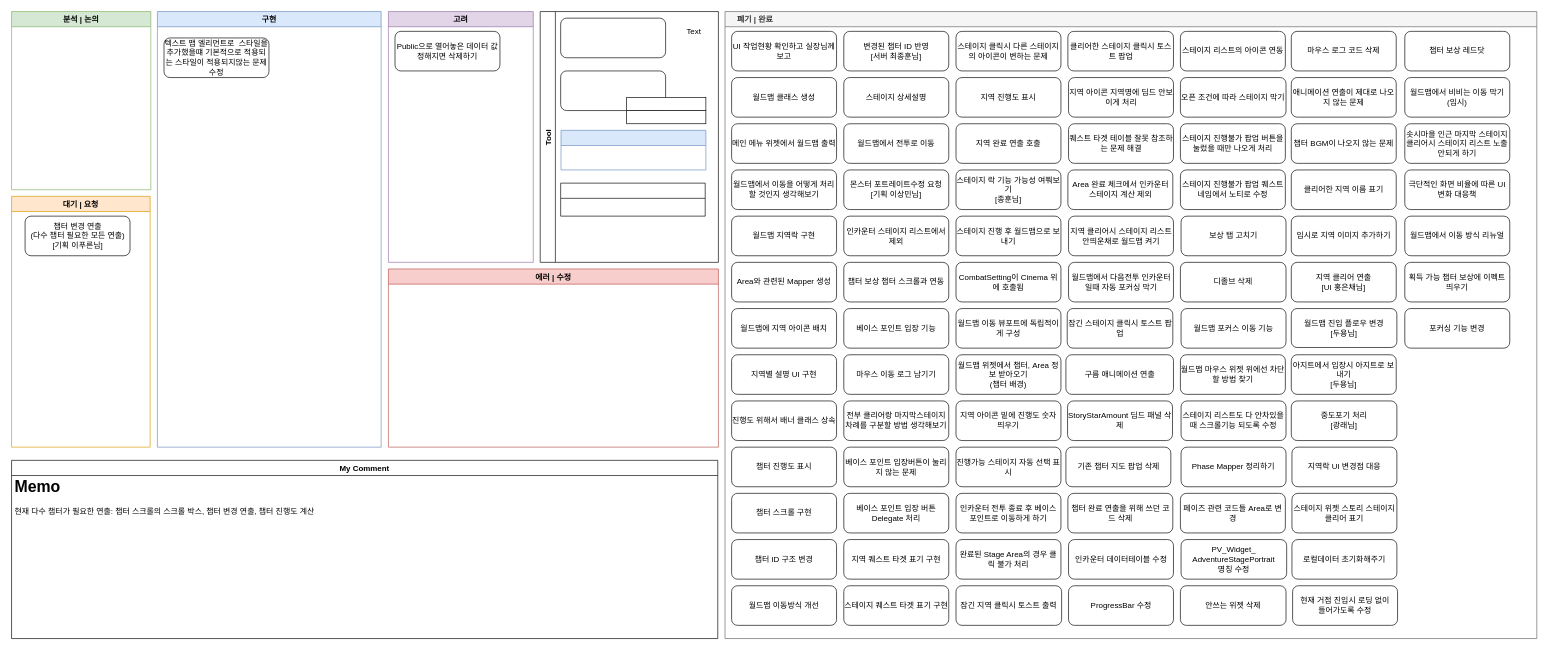
Earlier version of the draw.io diagram 월드맵 시스템 진행상황.drawio (Endorr/Job-Board). Source tidied: cells renumbered, new cells numbered last; positions are measured from the earlier drawing's top-left corner, leaving out a move shared by most shapes. Both pictures are drawn from the tidied source at 66%, with x=0, y=0 at pixel (11, 11).
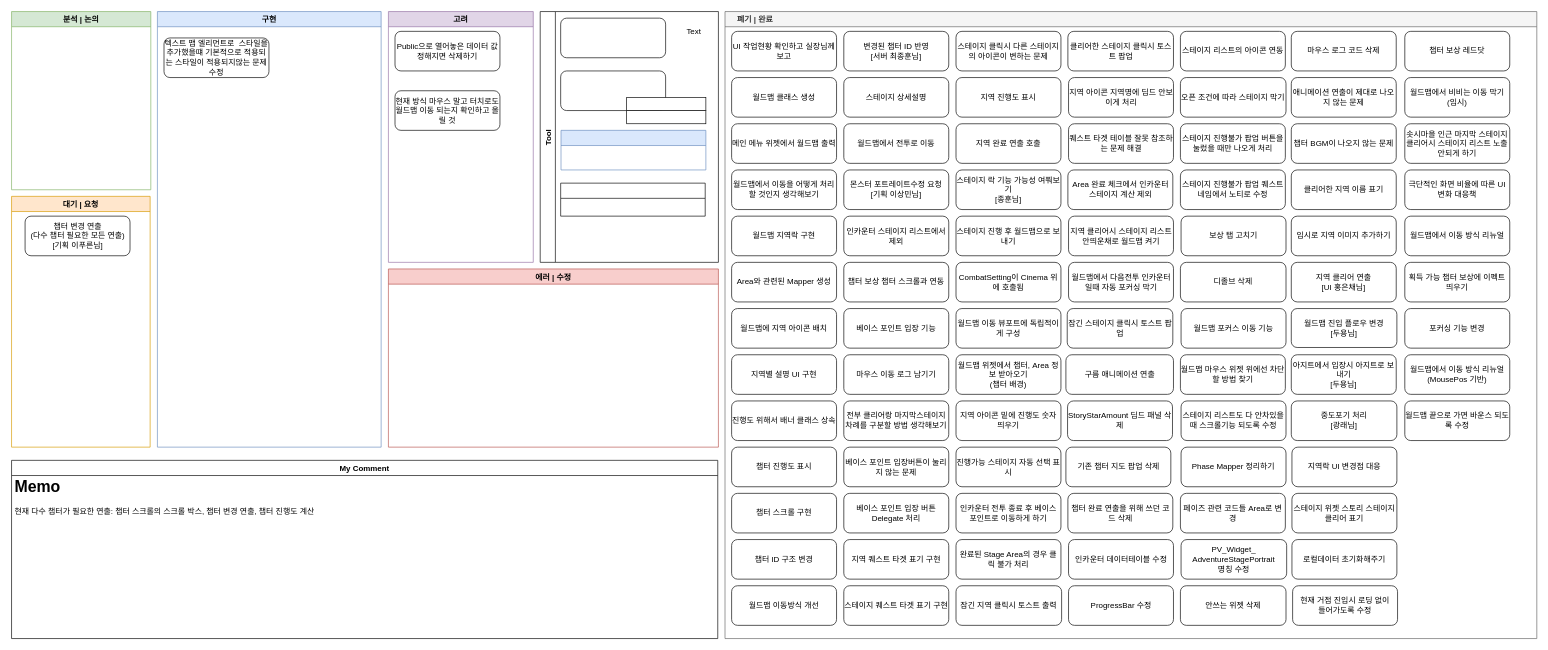
After the change.

Commit message:
Update 월드맵 시스템 진행상황.drawio

Unchanged cells that the change refers to:
```xml
<mxCell id="8" value="     폐기 | 완료" style="swimlane;strokeColor=#666666;fillColor=#f5f5f5;fontColor=#333333;align=left;" parent="1" vertex="1">
  <mxGeometry x="1081" width="1230" height="950" as="geometry" />
</mxCell>
<mxCell id="105" value="고려" style="swimlane;fillColor=#e1d5e7;strokeColor=#9673a6;startSize=23;" parent="1" vertex="1">
  <mxGeometry x="571" width="219.5" height="380" as="geometry" />
</mxCell>
```

Change to the diagram source:
```diff
@@
+    <mxCell id="107" value="월드맵에서 이동 방식 리뉴얼&lt;br&gt;(MousePos 기반)" style="rounded=1;whiteSpace=wrap;html=1;" parent="8" vertex="1">
+      <mxGeometry x="1030" y="520" width="159" height="60" as="geometry" />
+    </mxCell>
+    <mxCell id="108" value="월드맵 끝으로 가면 바운스 되도록 수정" style="rounded=1;whiteSpace=wrap;html=1;" parent="8" vertex="1">
+      <mxGeometry x="1030" y="590" width="159" height="60" as="geometry" />
+    </mxCell>
@@
+    <mxCell id="109" value="현재 방식 마우스 말고 터치로도 월드맵 이동 되는지 확인하고 올릴 것" style="rounded=1;whiteSpace=wrap;html=1;" parent="105" vertex="1">
+      <mxGeometry x="10" y="120" width="159" height="60" as="geometry" />
+    </mxCell>
```
